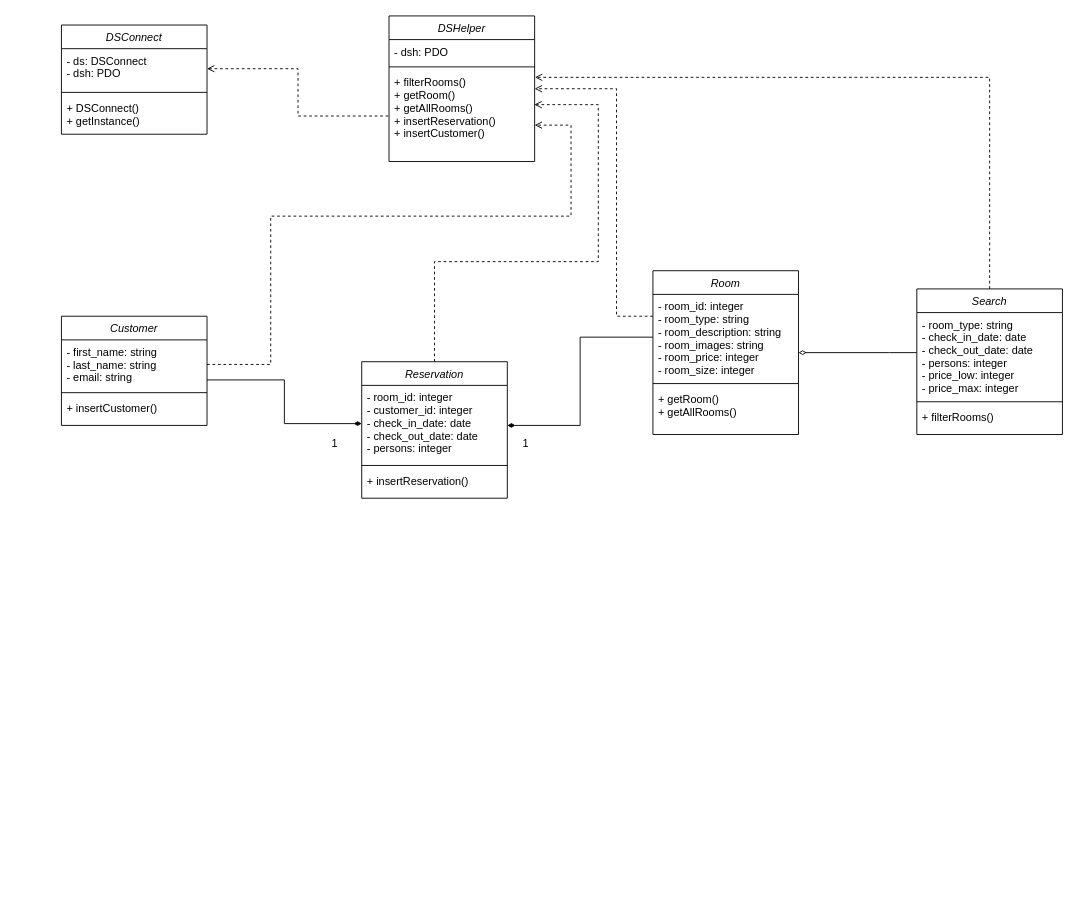
Earlier version of the draw.io diagram uml/hotel_educom.drawio (redfiretim/Hotel_Admin_API). Source tidied: cells renumbered, new cells numbered last; positions are measured from the earlier drawing's top-left corner, leaving out a move shared by most shapes. Both pictures are drawn from the tidied source at 91%, with x=0, y=0 at pixel (61, 15).
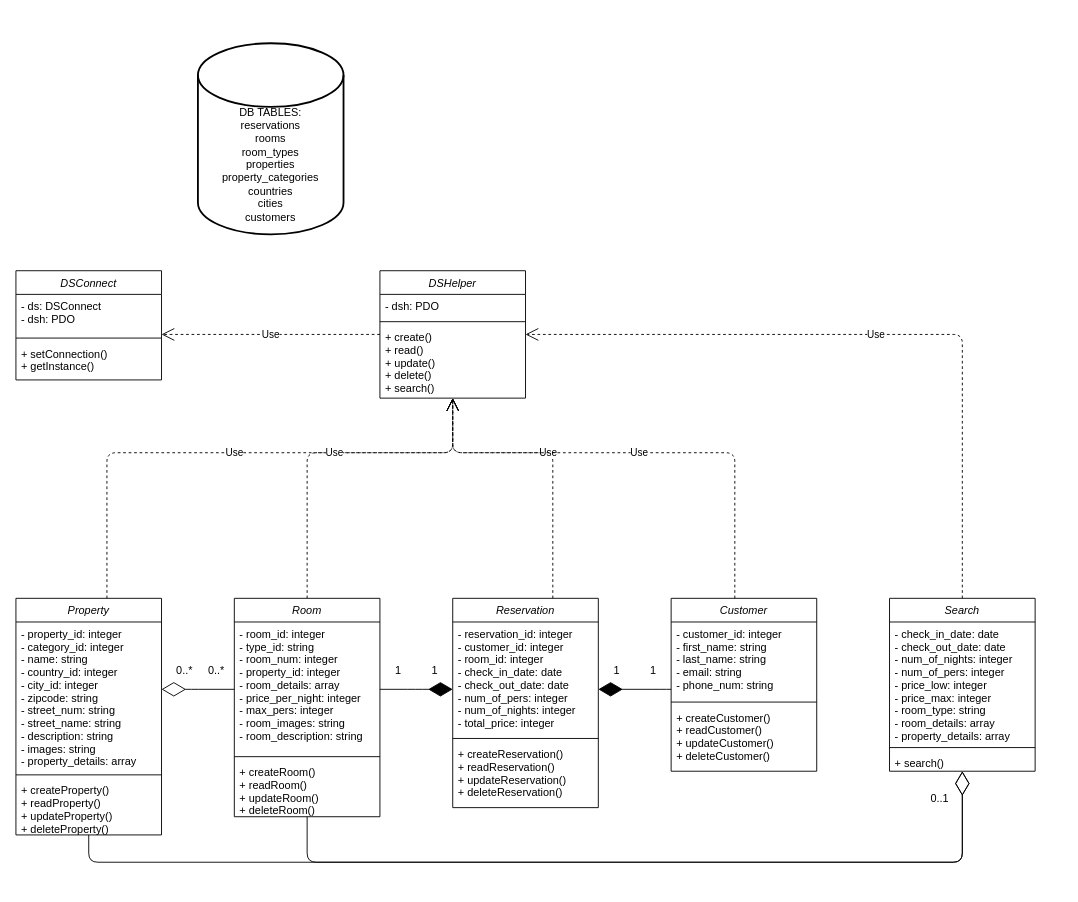
The same page after the edit.

Commit message:
UML updated: property class added, methods changed, tables adjusted in db box

The change refers to these unchanged cells:
```xml
<mxCell id="7" value="- ds: DSConnect&#10;- dsh: PDO" style="text;align=left;verticalAlign=top;spacingLeft=4;spacingRight=4;overflow=hidden;points=[[0,0.5],[1,0.5]];portConstraint=eastwest;" parent="6" vertex="1">
  <mxGeometry y="26" width="160" height="44" as="geometry" />
</mxCell>
```

Diff of the diagram source:
```diff
@@
     <mxCell id="2" value="DSHelper" style="swimlane;fontStyle=2;align=center;verticalAlign=top;horizontal=1;startSize=26;rounded=0;shadow=0;strokeWidth=1;" parent="1" vertex="1">
-      <mxGeometry x="360" width="160" height="160" as="geometry" />
+      <mxGeometry x="350" y="280" width="160" height="140" as="geometry" />
     </mxCell>
@@
-    <mxCell id="5" value="+ filterRooms()&#10;+ getRoom()&#10;+ getAllRooms()&#10;+ insertReservation()&#10;+ insertCustomer()" style="text;align=left;verticalAlign=top;spacingLeft=4;spacingRight=4;overflow=hidden;points=[[0,0.5],[1,0.5]];portConstraint=eastwest;" parent="2" vertex="1">
-      <mxGeometry y="60" width="160" height="100" as="geometry" />
+    <mxCell id="5" value="+ create()&#10;+ read()&#10;+ update()&#10;+ delete()&#10;+ search()&#10;" style="text;align=left;verticalAlign=top;spacingLeft=4;spacingRight=4;overflow=hidden;points=[[0,0.5],[1,0.5]];portConstraint=eastwest;" parent="2" vertex="1">
+      <mxGeometry y="60" width="160" height="80" as="geometry" />
     </mxCell>
     <mxCell id="6" value="DSConnect" style="swimlane;fontStyle=2;align=center;verticalAlign=top;horizontal=1;startSize=26;rounded=0;shadow=0;strokeWidth=1;" parent="1" vertex="1">
-      <mxGeometry y="10" width="160" height="120" as="geometry" />
+      <mxGeometry x="-50" y="280" width="160" height="120" as="geometry" />
     </mxCell>
@@
-    <mxCell id="9" value="+ DSConnect()&#10;+ getInstance()" style="text;align=left;verticalAlign=top;spacingLeft=4;spacingRight=4;overflow=hidden;" parent="6" vertex="1">
+    <mxCell id="9" value="+ setConnection()&#10;+ getInstance()" style="text;align=left;verticalAlign=top;spacingLeft=4;spacingRight=4;overflow=hidden;" parent="6" vertex="1">
       <mxGeometry y="78" width="160" height="42" as="geometry" />
     </mxCell>
-    <mxCell id="10" value="Customer" style="swimlane;fontStyle=2;align=center;verticalAlign=top;horizontal=1;startSize=26;rounded=0;shadow=0;strokeWidth=1;" parent="1" vertex="1">
-      <mxGeometry y="330" width="160" height="120" as="geometry" />
-    </mxCell>
-    <mxCell id="11" value="- first_name: string&#10;- last_name: string&#10;- email: string" style="text;align=left;verticalAlign=top;spacingLeft=4;spacingRight=4;overflow=hidden;points=[[0,0.5],[1,0.5]];portConstraint=eastwest;" parent="10" vertex="1">
-      <mxGeometry y="26" width="160" height="54" as="geometry" />
-    </mxCell>
-    <mxCell id="12" style="line;html=1;strokeWidth=1;align=left;verticalAlign=middle;spacingTop=-1;spacingLeft=3;spacingRight=3;labelPosition=right;" parent="10" vertex="1">
-      <mxGeometry y="80" width="160" height="8" as="geometry" />
-    </mxCell>
-    <mxCell id="13" value="+ insertCustomer()" style="text;align=left;verticalAlign=top;spacingLeft=4;spacingRight=4;overflow=hidden;" parent="10" vertex="1">
-      <mxGeometry y="88" width="160" height="26" as="geometry" />
-    </mxCell>
-    <mxCell id="14" style="edgeStyle=orthogonalEdgeStyle;rounded=0;jettySize=auto;html=1;endArrow=open;endFill=0;startArrow=none;startFill=0;dashed=1;" parent="1" edge="1" source="16" target="5">
-      <mxGeometry relative="1" as="geometry">
-        <Array as="points">
-          <mxPoint x="610" y="330" />
-          <mxPoint x="610" y="80" />
-        </Array>
-      </mxGeometry>
-    </mxCell>
-    <mxCell id="15" style="edgeStyle=orthogonalEdgeStyle;rounded=0;jettySize=auto;html=1;startArrow=diamondThin;startFill=0;endArrow=none;endFill=0;" parent="1" edge="1" source="16" target="28">
-      <mxGeometry relative="1" as="geometry">
-        <Array as="points">
-          <mxPoint x="910" y="370" />
-          <mxPoint x="910" y="370" />
-        </Array>
-      </mxGeometry>
-    </mxCell>
-    <mxCell id="16" value="Room" style="swimlane;fontStyle=2;align=center;verticalAlign=top;horizontal=1;startSize=26;rounded=0;shadow=0;strokeWidth=1;" parent="1" vertex="1">
-      <mxGeometry x="650" y="280" width="160" height="180" as="geometry" />
-    </mxCell>
-    <mxCell id="17" value="- room_id: integer&#10;- room_type: string&#10;- room_description: string&#10;- room_images: string&#10;- room_price: integer&#10;- room_size: integer" style="text;align=left;verticalAlign=top;spacingLeft=4;spacingRight=4;overflow=hidden;points=[[0,0.5],[1,0.5]];portConstraint=eastwest;" parent="16" vertex="1">
-      <mxGeometry y="26" width="160" height="94" as="geometry" />
-    </mxCell>
-    <mxCell id="18" style="line;html=1;strokeWidth=1;align=left;verticalAlign=middle;spacingTop=-1;spacingLeft=3;spacingRight=3;labelPosition=right;" parent="16" vertex="1">
-      <mxGeometry y="120" width="160" height="8" as="geometry" />
-    </mxCell>
-    <mxCell id="19" value="+ getRoom()&#10;+ getAllRooms()" style="text;align=left;verticalAlign=top;spacingLeft=4;spacingRight=4;overflow=hidden;" parent="16" vertex="1">
-      <mxGeometry y="128" width="160" height="52" as="geometry" />
-    </mxCell>
-    <mxCell id="20" style="edgeStyle=orthogonalEdgeStyle;rounded=0;jettySize=auto;html=1;startArrow=diamondThin;startFill=1;endArrow=none;endFill=0;" parent="1" edge="1" source="22" target="17">
-      <mxGeometry relative="1" as="geometry">
-        <Array as="points">
-          <mxPoint x="570" y="450" />
-          <mxPoint x="570" y="353" />
-        </Array>
-      </mxGeometry>
-    </mxCell>
-    <mxCell id="21" style="edgeStyle=orthogonalEdgeStyle;rounded=0;jettySize=auto;html=1;entryX=0.998;entryY=0.375;entryDx=0;entryDy=0;entryPerimeter=0;startArrow=none;startFill=0;endArrow=open;endFill=0;dashed=1;" parent="1" edge="1" source="22" target="5">
-      <mxGeometry relative="1" as="geometry">
-        <Array as="points">
-          <mxPoint x="410" y="270" />
-          <mxPoint x="590" y="270" />
-          <mxPoint x="590" y="98" />
-        </Array>
-      </mxGeometry>
-    </mxCell>
+    <mxCell id="36" value="&lt;br&gt;&lt;br&gt;&lt;br&gt;&lt;br&gt;DB TABLES:&lt;br&gt;reservations&lt;br&gt;rooms&lt;br&gt;room_types&lt;br&gt;properties&lt;br&gt;property_categories&lt;br&gt;countries&lt;br&gt;cities&lt;br&gt;customers" style="strokeWidth=2;html=1;shape=mxgraph.flowchart.database;whiteSpace=wrap;" parent="1" vertex="1">
+      <mxGeometry x="150" y="30" width="160" height="210" as="geometry" />
+    </mxCell>
+    <mxCell id="37" value="Property" style="swimlane;fontStyle=2;align=center;verticalAlign=top;horizontal=1;startSize=26;rounded=0;shadow=0;strokeWidth=1;" parent="1" vertex="1">
+      <mxGeometry x="-50" y="640" width="160" height="260" as="geometry" />
+    </mxCell>
+    <mxCell id="38" value="- property_id: integer&#10;- category_id: integer&#10;- name: string&#10;- country_id: integer&#10;- city_id: integer&#10;- zipcode: string&#10;- street_num: string&#10;- street_name: string&#10;- description: string&#10;- images: string&#10;- property_details: array" style="text;align=left;verticalAlign=top;spacingLeft=4;spacingRight=4;overflow=hidden;" parent="37" vertex="1">
+      <mxGeometry y="26" width="160" height="164" as="geometry" />
+    </mxCell>
+    <mxCell id="39" style="line;html=1;strokeWidth=1;align=left;verticalAlign=middle;spacingTop=-1;spacingLeft=3;spacingRight=3;labelPosition=right;" parent="37" vertex="1">
+      <mxGeometry y="190" width="160" height="8" as="geometry" />
+    </mxCell>
+    <mxCell id="40" value="+ createProperty()&#10;+ readProperty()&#10;+ updateProperty()&#10;+ deleteProperty()" style="text;align=left;verticalAlign=top;spacingLeft=4;spacingRight=4;overflow=hidden;" parent="37" vertex="1">
+      <mxGeometry y="198" width="160" height="62" as="geometry" />
+    </mxCell>
+    <mxCell id="41" value="Use" style="endArrow=open;endSize=12;dashed=1;html=1;fontColor=#000000;strokeColor=#000000;edgeStyle=orthogonalEdgeStyle;" parent="1" edge="1" source="37" target="2">
+      <mxGeometry relative="1" as="geometry">
+        <Array as="points">
+          <mxPoint x="50" y="480" />
+        </Array>
+      </mxGeometry>
+    </mxCell>
     <mxCell id="22" value="Reservation&#10;" style="swimlane;fontStyle=2;align=center;verticalAlign=top;horizontal=1;startSize=26;rounded=0;shadow=0;strokeWidth=1;" parent="1" vertex="1">
-      <mxGeometry x="330" y="380" width="160" height="150" as="geometry" />
+      <mxGeometry x="430" y="640" width="160" height="230" as="geometry" />
     </mxCell>
-    <mxCell id="23" value="- room_id: integer&#10;- customer_id: integer&#10;- check_in_date: date&#10;- check_out_date: date&#10;- persons: integer" style="text;align=left;verticalAlign=top;spacingLeft=4;spacingRight=4;overflow=hidden;points=[[0,0.5],[1,0.5]];portConstraint=eastwest;" parent="22" vertex="1">
-      <mxGeometry y="26" width="160" height="84" as="geometry" />
+    <mxCell id="23" value="- reservation_id: integer&#10;- customer_id: integer&#10;- room_id: integer&#10;- check_in_date: date&#10;- check_out_date: date&#10;- num_of_pers: integer&#10;- num_of_nights: integer&#10;- total_price: integer&#10;" style="text;align=left;verticalAlign=top;spacingLeft=4;spacingRight=4;overflow=hidden;points=[[0,0.5],[1,0.5]];portConstraint=eastwest;" parent="22" vertex="1">
+      <mxGeometry y="26" width="160" height="124" as="geometry" />
     </mxCell>
     <mxCell id="24" style="line;html=1;strokeWidth=1;align=left;verticalAlign=middle;spacingTop=-1;spacingLeft=3;spacingRight=3;labelPosition=right;" parent="22" vertex="1">
-      <mxGeometry y="110" width="160" height="8" as="geometry" />
+      <mxGeometry y="150" width="160" height="8" as="geometry" />
     </mxCell>
-    <mxCell id="25" value="+ insertReservation()" style="text;align=left;verticalAlign=top;spacingLeft=4;spacingRight=4;overflow=hidden;" parent="22" vertex="1">
-      <mxGeometry y="118" width="160" height="32" as="geometry" />
+    <mxCell id="25" value="+ createReservation()&#10;+ readReservation()&#10;+ updateReservation()&#10;+ deleteReservation()" style="text;align=left;verticalAlign=top;spacingLeft=4;spacingRight=4;overflow=hidden;" parent="22" vertex="1">
+      <mxGeometry y="158" width="160" height="72" as="geometry" />
     </mxCell>
-    <mxCell id="26" style="edgeStyle=orthogonalEdgeStyle;rounded=0;jettySize=auto;html=1;entryX=1.002;entryY=0.075;entryDx=0;entryDy=0;entryPerimeter=0;startArrow=none;startFill=0;endArrow=open;endFill=0;dashed=1;" parent="1" edge="1" source="27" target="5">
-      <mxGeometry relative="1" as="geometry">
-        <Array as="points">
-          <mxPoint x="1020" y="67" />
-        </Array>
-      </mxGeometry>
-    </mxCell>
+    <mxCell id="42" value="Use" style="endArrow=open;endSize=12;dashed=1;html=1;fontColor=#000000;strokeColor=#000000;edgeStyle=orthogonalEdgeStyle;" parent="1" edge="1" source="16" target="2">
+      <mxGeometry relative="1" as="geometry">
+        <Array as="points">
+          <mxPoint x="270" y="480" />
+        </Array>
+      </mxGeometry>
+    </mxCell>
+    <mxCell id="16" value="Room" style="swimlane;fontStyle=2;align=center;verticalAlign=top;horizontal=1;startSize=26;rounded=0;shadow=0;strokeWidth=1;" parent="1" vertex="1">
+      <mxGeometry x="190" y="640" width="160" height="240" as="geometry" />
+    </mxCell>
+    <mxCell id="43" value="- room_id: integer&#10;- type_id: string&#10;- room_num: integer&#10;- property_id: integer&#10;- room_details: array&#10;- price_per_night: integer&#10;- max_pers: integer&#10;- room_images: string&#10;- room_description: string&#10;&#10;" style="text;align=left;verticalAlign=top;spacingLeft=4;spacingRight=4;overflow=hidden;" parent="16" vertex="1">
+      <mxGeometry y="26" width="160" height="144" as="geometry" />
+    </mxCell>
+    <mxCell id="44" style="line;html=1;strokeWidth=1;align=left;verticalAlign=middle;spacingTop=-1;spacingLeft=3;spacingRight=3;labelPosition=right;" parent="16" vertex="1">
+      <mxGeometry y="170" width="160" height="8" as="geometry" />
+    </mxCell>
+    <mxCell id="45" value="+ createRoom()&#10;+ readRoom()&#10;+ updateRoom()&#10;+ deleteRoom()" style="text;align=left;verticalAlign=top;spacingLeft=4;spacingRight=4;overflow=hidden;" parent="16" vertex="1">
+      <mxGeometry y="178" width="160" height="62" as="geometry" />
+    </mxCell>
+    <mxCell id="10" value="Customer" style="swimlane;fontStyle=2;align=center;verticalAlign=top;horizontal=1;startSize=26;rounded=0;shadow=0;strokeWidth=1;" parent="1" vertex="1">
+      <mxGeometry x="670" y="640" width="160" height="190" as="geometry" />
+    </mxCell>
+    <mxCell id="46" value="- customer_id: integer&#10;- first_name: string&#10;- last_name: string&#10;- email: string&#10;- phone_num: string" style="text;align=left;verticalAlign=top;spacingLeft=4;spacingRight=4;overflow=hidden;" parent="10" vertex="1">
+      <mxGeometry y="26" width="160" height="84" as="geometry" />
+    </mxCell>
+    <mxCell id="47" style="line;html=1;strokeWidth=1;align=left;verticalAlign=middle;spacingTop=-1;spacingLeft=3;spacingRight=3;labelPosition=right;" parent="10" vertex="1">
+      <mxGeometry y="110" width="160" height="8" as="geometry" />
+    </mxCell>
+    <mxCell id="48" value="+ createCustomer()&#10;+ readCustomer()&#10;+ updateCustomer()&#10;+ deleteCustomer()" style="text;align=left;verticalAlign=top;spacingLeft=4;spacingRight=4;overflow=hidden;" parent="10" vertex="1">
+      <mxGeometry y="118" width="160" height="62" as="geometry" />
+    </mxCell>
+    <mxCell id="49" style="endArrow=diamondThin;endFill=1;endSize=24;html=1;strokeColor=#000000;fontColor=#000000;edgeStyle=orthogonalEdgeStyle;" parent="1" edge="1" source="10" target="22">
+      <mxGeometry relative="1" as="geometry">
+        <Array as="points">
+          <mxPoint x="660" y="740" />
+          <mxPoint x="660" y="740" />
+        </Array>
+      </mxGeometry>
+    </mxCell>
+    <mxCell id="50" value="Use" style="endArrow=open;endSize=12;dashed=1;html=1;fontColor=#000000;strokeColor=#000000;edgeStyle=orthogonalEdgeStyle;" parent="1" edge="1" source="22" target="2">
+      <mxGeometry relative="1" as="geometry">
+        <Array as="points">
+          <mxPoint x="540" y="480" />
+        </Array>
+      </mxGeometry>
+    </mxCell>
+    <mxCell id="51" value="Use" style="endArrow=open;endSize=12;dashed=1;html=1;fontColor=#000000;strokeColor=#000000;edgeStyle=orthogonalEdgeStyle;" parent="1" edge="1" source="10" target="2">
+      <mxGeometry relative="1" as="geometry">
+        <Array as="points">
+          <mxPoint x="740" y="480" />
+        </Array>
+      </mxGeometry>
+    </mxCell>
     <mxCell id="27" value="Search" style="swimlane;fontStyle=2;align=center;verticalAlign=top;horizontal=1;startSize=26;rounded=0;shadow=0;strokeWidth=1;" parent="1" vertex="1">
-      <mxGeometry x="940" y="300" width="160" height="160" as="geometry" />
+      <mxGeometry x="910" y="640" width="160" height="190" as="geometry" />
     </mxCell>
-    <mxCell id="28" value="- room_type: string&#10;- check_in_date: date&#10;- check_out_date: date&#10;- persons: integer&#10;- price_low: integer&#10;- price_max: integer" style="text;align=left;verticalAlign=top;spacingLeft=4;spacingRight=4;overflow=hidden;points=[[0,0.5],[1,0.5]];portConstraint=eastwest;" parent="27" vertex="1">
-      <mxGeometry y="26" width="160" height="94" as="geometry" />
-    </mxCell>
-    <mxCell id="29" style="line;html=1;strokeWidth=1;align=left;verticalAlign=middle;spacingTop=-1;spacingLeft=3;spacingRight=3;labelPosition=right;" parent="27" vertex="1">
-      <mxGeometry y="120" width="160" height="8" as="geometry" />
-    </mxCell>
-    <mxCell id="30" value="+ filterRooms()" style="text;align=left;verticalAlign=top;spacingLeft=4;spacingRight=4;overflow=hidden;" parent="27" vertex="1">
-      <mxGeometry y="128" width="160" height="22" as="geometry" />
-    </mxCell>
-    <mxCell id="31" style="edgeStyle=orthogonalEdgeStyle;rounded=0;jettySize=auto;html=1;endArrow=none;endFill=0;startArrow=open;startFill=0;dashed=1;" parent="1" edge="1" source="7" target="5">
-      <mxGeometry relative="1" as="geometry" />
-    </mxCell>
-    <mxCell id="32" style="edgeStyle=orthogonalEdgeStyle;rounded=0;jettySize=auto;html=1;endArrow=diamondThin;endFill=1;" parent="1" edge="1" source="11" target="23">
-      <mxGeometry relative="1" as="geometry">
-        <Array as="points">
-          <mxPoint x="245" y="400" />
-          <mxPoint x="245" y="448" />
-        </Array>
-      </mxGeometry>
-    </mxCell>
-    <mxCell id="33" style="edgeStyle=orthogonalEdgeStyle;rounded=0;jettySize=auto;html=1;startArrow=none;startFill=0;endArrow=open;endFill=0;dashed=1;" parent="1" edge="1" source="11" target="5">
-      <mxGeometry relative="1" as="geometry">
-        <Array as="points">
-          <mxPoint x="230" y="383" />
-          <mxPoint x="230" y="220" />
-          <mxPoint x="560" y="220" />
-          <mxPoint x="560" y="120" />
-        </Array>
-      </mxGeometry>
-    </mxCell>
-    <mxCell id="34" value="1" style="text;html=1;align=center;verticalAlign=middle;" parent="1" vertex="1">
-      <mxGeometry x="500" y="460" width="20" height="20" as="geometry" />
-    </mxCell>
-    <mxCell id="35" value="1" style="text;html=1;align=center;verticalAlign=middle;" parent="1" vertex="1">
-      <mxGeometry x="290" y="460" width="20" height="20" as="geometry" />
-    </mxCell>
+    <mxCell id="52" value="- check_in_date: date&#10;- check_out_date: date&#10;- num_of_nights: integer&#10;- num_of_pers: integer&#10;- price_low: integer&#10;- price_max: integer&#10;- room_type: string&#10;- room_details: array&#10;- property_details: array&#10;" style="text;align=left;verticalAlign=top;spacingLeft=4;spacingRight=4;overflow=hidden;" parent="27" vertex="1">
+      <mxGeometry y="26" width="160" height="134" as="geometry" />
+    </mxCell>
+    <mxCell id="53" style="line;html=1;strokeWidth=1;align=left;verticalAlign=middle;spacingTop=-1;spacingLeft=3;spacingRight=3;labelPosition=right;" parent="27" vertex="1">
+      <mxGeometry y="160" width="160" height="8" as="geometry" />
+    </mxCell>
+    <mxCell id="54" value="+ search()" style="text;align=left;verticalAlign=top;spacingLeft=4;spacingRight=4;overflow=hidden;" parent="27" vertex="1">
+      <mxGeometry y="168" width="160" height="22" as="geometry" />
+    </mxCell>
+    <mxCell id="55" value="Use" style="endArrow=open;endSize=12;dashed=1;html=1;fontColor=#000000;strokeColor=#000000;edgeStyle=orthogonalEdgeStyle;" parent="1" edge="1" source="27" target="2">
+      <mxGeometry relative="1" as="geometry">
+        <Array as="points">
+          <mxPoint x="990" y="350" />
+        </Array>
+      </mxGeometry>
+    </mxCell>
+    <mxCell id="56" style="endArrow=diamondThin;endFill=1;endSize=24;html=1;strokeColor=#000000;fontColor=#000000;edgeStyle=orthogonalEdgeStyle;" parent="1" edge="1" source="16" target="22">
+      <mxGeometry relative="1" as="geometry">
+        <Array as="points">
+          <mxPoint x="390" y="740" />
+          <mxPoint x="390" y="740" />
+        </Array>
+      </mxGeometry>
+    </mxCell>
+    <mxCell id="57" style="endArrow=diamondThin;endFill=0;endSize=24;html=1;strokeColor=#000000;fontColor=#000000;edgeStyle=orthogonalEdgeStyle;" parent="1" edge="1" source="16" target="37">
+      <mxGeometry relative="1" as="geometry">
+        <Array as="points">
+          <mxPoint x="150" y="740" />
+          <mxPoint x="150" y="740" />
+        </Array>
+      </mxGeometry>
+    </mxCell>
+    <mxCell id="58" style="endArrow=diamondThin;endFill=0;endSize=24;html=1;strokeColor=#000000;fontColor=#000000;edgeStyle=orthogonalEdgeStyle;" parent="1" edge="1" source="16" target="27">
+      <mxGeometry relative="1" as="geometry">
+        <Array as="points">
+          <mxPoint x="270" y="930" />
+          <mxPoint x="990" y="930" />
+        </Array>
+      </mxGeometry>
+    </mxCell>
+    <mxCell id="59" style="endArrow=diamondThin;endFill=0;endSize=24;html=1;strokeColor=#000000;fontColor=#000000;edgeStyle=orthogonalEdgeStyle;" parent="1" edge="1" source="37" target="27">
+      <mxGeometry relative="1" as="geometry">
+        <Array as="points">
+          <mxPoint x="30" y="930" />
+          <mxPoint x="990" y="930" />
+        </Array>
+      </mxGeometry>
+    </mxCell>
+    <mxCell id="60" value="Use" style="endArrow=open;endSize=12;dashed=1;html=1;fontColor=#000000;strokeColor=#000000;edgeStyle=orthogonalEdgeStyle;" parent="1" edge="1" source="2" target="6">
+      <mxGeometry relative="1" as="geometry">
+        <Array as="points">
+          <mxPoint x="230" y="350" />
+          <mxPoint x="230" y="350" />
+        </Array>
+      </mxGeometry>
+    </mxCell>
+    <mxCell id="61" value="1" style="text;html=1;align=center;verticalAlign=middle;fontColor=#000000;" parent="1" vertex="1">
+      <mxGeometry x="600" y="710" width="20" height="20" as="geometry" />
+    </mxCell>
+    <mxCell id="62" value="1" style="text;html=1;align=center;verticalAlign=middle;fontColor=#000000;" parent="1" vertex="1">
+      <mxGeometry x="640" y="710" width="20" height="20" as="geometry" />
+    </mxCell>
+    <mxCell id="63" value="1" style="text;html=1;align=center;verticalAlign=middle;fontColor=#000000;" parent="1" vertex="1">
+      <mxGeometry x="400" y="710" width="20" height="20" as="geometry" />
+    </mxCell>
+    <mxCell id="64" value="1" style="text;html=1;align=center;verticalAlign=middle;fontColor=#000000;" parent="1" vertex="1">
+      <mxGeometry x="360" y="710" width="20" height="20" as="geometry" />
+    </mxCell>
+    <mxCell id="65" value="0..*" style="text;html=1;align=center;verticalAlign=middle;fontColor=#000000;" parent="1" vertex="1">
+      <mxGeometry x="155" y="710" width="30" height="20" as="geometry" />
+    </mxCell>
+    <mxCell id="66" value="0..*" style="text;html=1;align=center;verticalAlign=middle;fontColor=#000000;" parent="1" vertex="1">
+      <mxGeometry x="120" y="710" width="30" height="20" as="geometry" />
+    </mxCell>
+    <mxCell id="67" value="0..1" style="text;html=1;align=center;verticalAlign=middle;fontColor=#000000;" parent="1" vertex="1">
+      <mxGeometry x="945" y="850" width="40" height="20" as="geometry" />
+    </mxCell>
```
